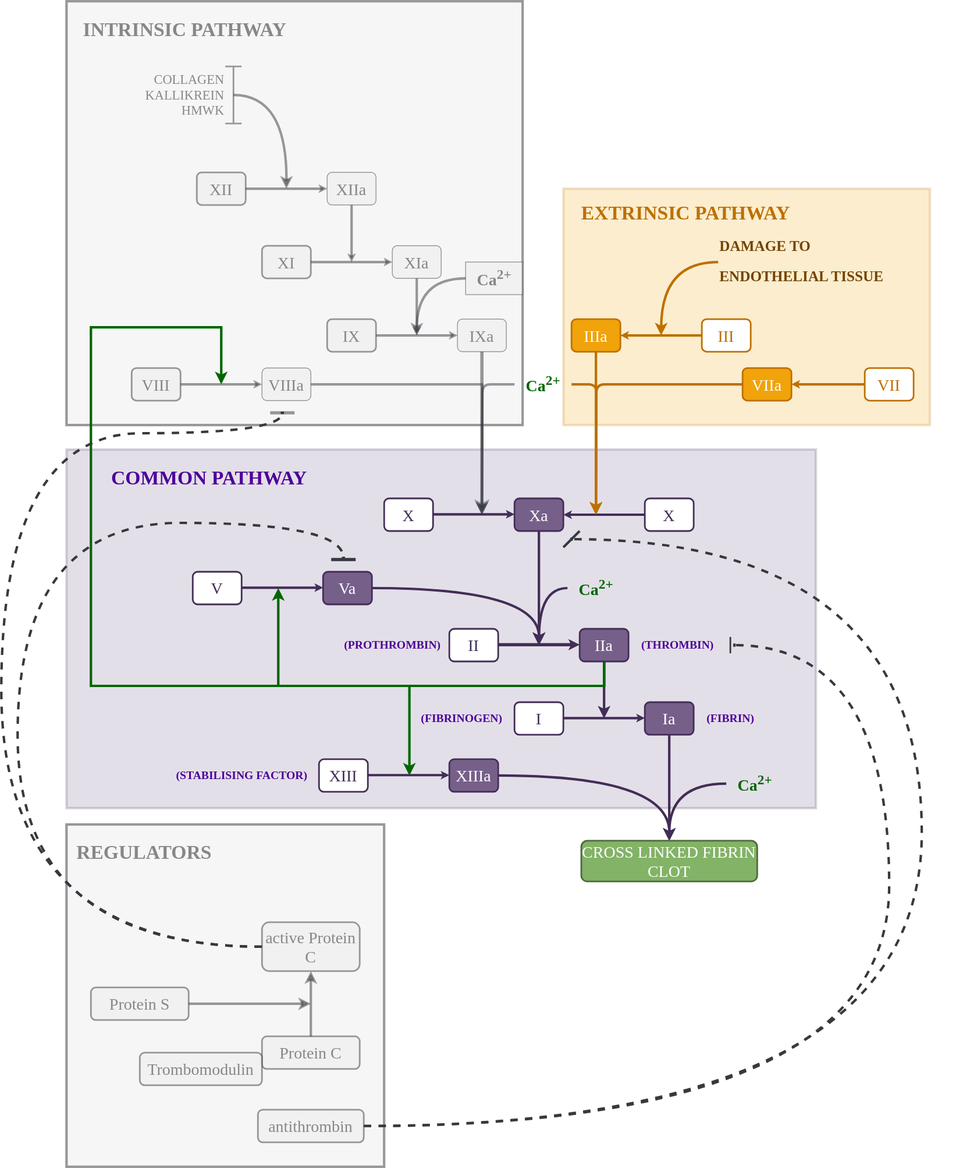
Above: images/PT.drawio.svg in rmvpaeme/stolling (draw.io), before the change. Source tidied: cells renumbered, new cells last; positions are measured from the earlier drawing's top-left corner, leaving out a move shared by most shapes.
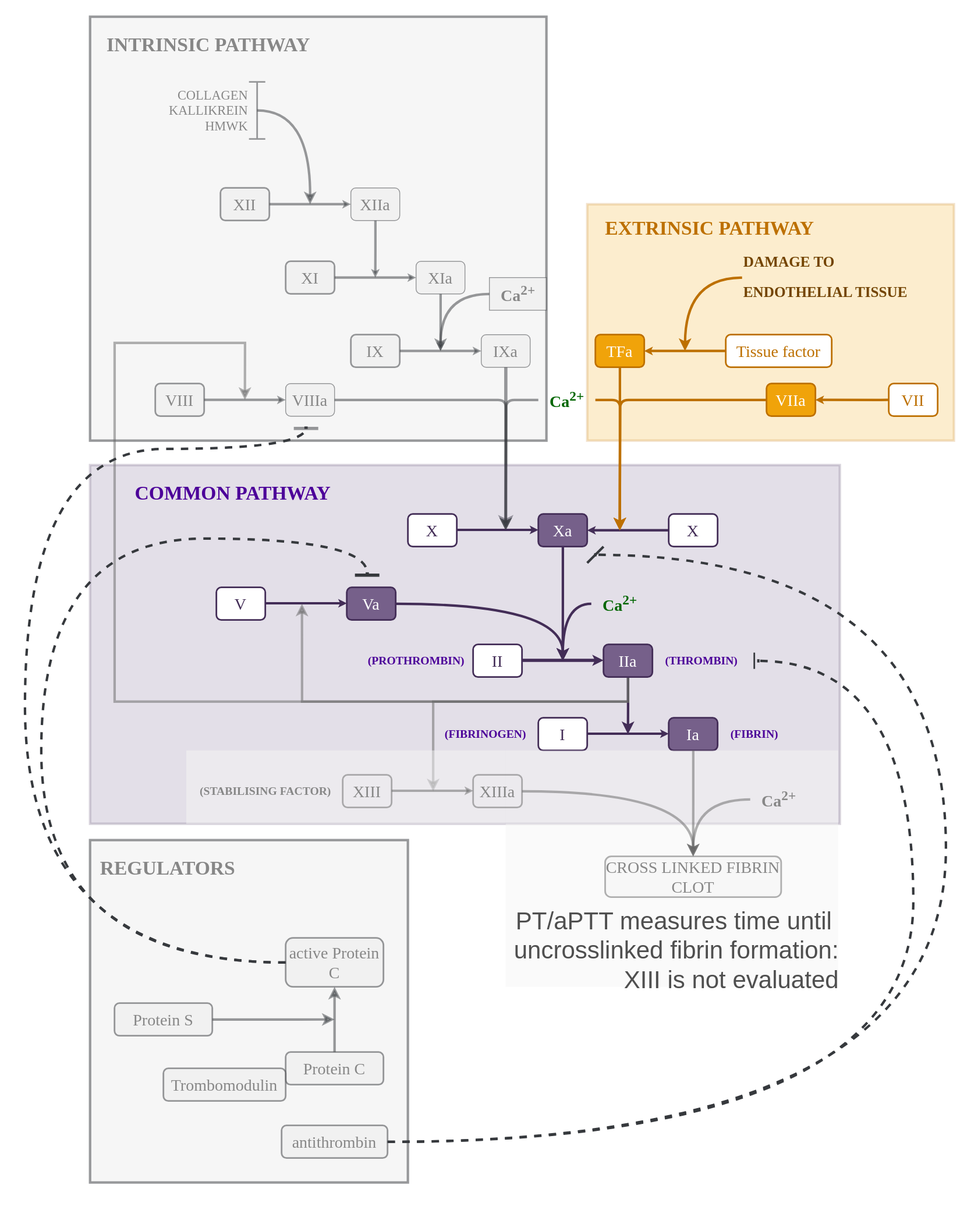
The same diagram one commit later.

Change to the diagram source:
```diff
@@ -1,10 +1,11 @@
 <mxGraphModel>
   <root>
     <mxCell id="0" />
+    <mxCell id="96" value="frame" parent="0" />
+    <mxCell id="97" style="rounded=0;whiteSpace=wrap;html=1;fillColor=default;strokeColor=none;opacity=0;" parent="96" vertex="1">
+      <mxGeometry x="-30" y="-20" width="1200" height="1510" as="geometry" />
+    </mxCell>
     <mxCell id="1" value="PT" parent="0" />
-    <mxCell id="2" style="rounded=0;whiteSpace=wrap;html=1;strokeColor=none;" parent="1" vertex="1">
-      <mxGeometry x="80" width="1100" height="1430" as="geometry" />
-    </mxCell>
     <mxCell id="3" style="rounded=0;whiteSpace=wrap;html=1;fillColor=#eeeeee;strokeWidth=3;strokeColor=#36393d;opacity=50;fontColor=#878787;" parent="1" vertex="1">
       <mxGeometry x="80" y="1010" width="390" height="420" as="geometry" />
     </mxCell>
@@ -132,7 +133,7 @@
         <mxPoint x="740" y="880" as="targetPoint" />
       </mxGeometry>
     </mxCell>
-    <mxCell id="38" style="edgeStyle=orthogonalEdgeStyle;rounded=0;jettySize=auto;html=1;strokeWidth=3;strokeColor=#006600;" parent="1" edge="1" source="41">
+    <mxCell id="38" style="edgeStyle=orthogonalEdgeStyle;rounded=0;jettySize=auto;html=1;strokeWidth=3;strokeColor=#666666;fillColor=#f5f5f5;opacity=50;" parent="1" edge="1" source="41">
       <mxGeometry relative="1" as="geometry">
         <mxPoint x="340" y="720" as="targetPoint" />
         <Array as="points">
@@ -141,7 +142,7 @@
         </Array>
       </mxGeometry>
     </mxCell>
-    <mxCell id="39" style="edgeStyle=orthogonalEdgeStyle;rounded=0;jettySize=auto;html=1;strokeWidth=3;strokeColor=#006600;" parent="1" edge="1" source="41">
+    <mxCell id="39" style="edgeStyle=orthogonalEdgeStyle;rounded=0;jettySize=auto;html=1;strokeWidth=3;strokeColor=#666666;fillColor=#f5f5f5;opacity=50;" parent="1" edge="1" source="41">
       <mxGeometry relative="1" as="geometry">
         <mxPoint x="500" y="950" as="targetPoint" />
         <Array as="points">
@@ -150,7 +151,7 @@
         </Array>
       </mxGeometry>
     </mxCell>
-    <mxCell id="40" style="edgeStyle=orthogonalEdgeStyle;rounded=0;jettySize=auto;html=1;strokeWidth=3;strokeColor=#006600;" parent="1" edge="1" source="41">
+    <mxCell id="40" style="edgeStyle=orthogonalEdgeStyle;rounded=0;jettySize=auto;html=1;strokeWidth=3;strokeColor=#666666;fillColor=#f5f5f5;opacity=50;" parent="1" edge="1" source="41">
       <mxGeometry relative="1" as="geometry">
         <mxPoint x="270" y="470" as="targetPoint" />
         <Array as="points">
@@ -176,11 +177,6 @@
     <mxCell id="44" value="&lt;h3&gt;&lt;font face=&quot;Tahoma&quot; color=&quot;#4c0099&quot;&gt;(THROMBIN)&lt;/font&gt;&lt;/h3&gt;" style="text;html=1;align=center;verticalAlign=middle;strokeColor=none;fillColor=none;fontColor=#0066cc;" parent="1" vertex="1">
       <mxGeometry x="770" y="760" width="120" height="60" as="geometry" />
     </mxCell>
-    <mxCell id="45" style="edgeStyle=orthogonalEdgeStyle;rounded=0;jettySize=auto;html=1;entryX=0.5;entryY=0;entryDx=0;entryDy=0;strokeColor=#432D57;strokeWidth=3;" parent="1" edge="1" source="46">
-      <mxGeometry relative="1" as="geometry">
-        <mxPoint x="820" y="1030" as="targetPoint" />
-      </mxGeometry>
-    </mxCell>
     <mxCell id="46" value="&lt;font face=&quot;Tahoma&quot;&gt;&lt;span style=&quot;font-size: 20px;&quot;&gt;Ia&lt;/span&gt;&lt;/font&gt;" style="rounded=1;whiteSpace=wrap;html=1;fillColor=#76608a;fontColor=#ffffff;strokeColor=#432D57;strokeWidth=2;" parent="1" vertex="1">
       <mxGeometry x="790" y="860" width="60" height="40" as="geometry" />
     </mxCell>
@@ -196,26 +192,6 @@
     <mxCell id="49" value="&lt;h3&gt;&lt;font face=&quot;Tahoma&quot; color=&quot;#4c0099&quot;&gt;(FIBRIN)&lt;/font&gt;&lt;/h3&gt;" style="text;html=1;align=center;verticalAlign=middle;strokeColor=none;fillColor=none;fontColor=#0066cc;" parent="1" vertex="1">
       <mxGeometry x="850" y="850" width="90" height="60" as="geometry" />
     </mxCell>
-    <mxCell id="50" style="edgeStyle=orthogonalEdgeStyle;rounded=0;jettySize=auto;html=1;entryX=0.5;entryY=0;entryDx=0;entryDy=0;curved=1;strokeColor=#432D57;strokeWidth=3;" parent="1" edge="1" source="51">
-      <mxGeometry relative="1" as="geometry">
-        <mxPoint x="820" y="1030" as="targetPoint" />
-      </mxGeometry>
-    </mxCell>
-    <mxCell id="51" value="&lt;font face=&quot;Tahoma&quot;&gt;&lt;span style=&quot;font-size: 20px;&quot;&gt;XIIIa&lt;/span&gt;&lt;/font&gt;" style="rounded=1;whiteSpace=wrap;html=1;fillColor=#76608a;fontColor=#ffffff;strokeColor=#432D57;strokeWidth=2;" parent="1" vertex="1">
-      <mxGeometry x="550" y="930" width="60" height="40" as="geometry" />
-    </mxCell>
-    <mxCell id="52" value="&lt;font face=&quot;Tahoma&quot;&gt;&lt;span style=&quot;font-size: 20px;&quot;&gt;XIII&lt;/span&gt;&lt;/font&gt;" style="rounded=1;whiteSpace=wrap;html=1;strokeWidth=2;strokeColor=#432D57;fontColor=#432D57;" parent="1" vertex="1">
-      <mxGeometry x="390" y="930" width="60" height="40" as="geometry" />
-    </mxCell>
-    <mxCell id="53" style="edgeStyle=orthogonalEdgeStyle;rounded=0;orthogonalLoop=1;jettySize=auto;html=1;strokeWidth=3;strokeColor=#432d57;flowAnimation=0;shadow=0;endSize=1;startSize=1;jumpSize=6;" parent="1" edge="1">
-      <mxGeometry relative="1" as="geometry">
-        <mxPoint x="450" y="949.5" as="sourcePoint" />
-        <mxPoint x="550" y="949.5" as="targetPoint" />
-      </mxGeometry>
-    </mxCell>
-    <mxCell id="54" value="&lt;h3&gt;&lt;font face=&quot;Tahoma&quot; color=&quot;#4c0099&quot;&gt;(STABILISING FACTOR)&lt;/font&gt;&lt;/h3&gt;" style="text;html=1;align=center;verticalAlign=middle;strokeColor=none;fillColor=none;fontColor=#0066cc;" parent="1" vertex="1">
-      <mxGeometry x="200" y="920" width="190" height="60" as="geometry" />
-    </mxCell>
     <mxCell id="55" style="rounded=0;whiteSpace=wrap;html=1;fillColor=#f0a30a;strokeWidth=3;strokeColor=#BD7000;opacity=20;fontColor=#000000;" parent="1" vertex="1">
       <mxGeometry x="690" y="230" width="450" height="290" as="geometry" />
     </mxCell>
@@ -227,11 +203,11 @@
         <mxPoint x="730" y="630" as="targetPoint" />
       </mxGeometry>
     </mxCell>
-    <mxCell id="58" value="&lt;font color=&quot;#ffffff&quot;&gt;&lt;span style=&quot;font-size: 20px;&quot;&gt;IIIa&lt;/span&gt;&lt;/font&gt;" style="rounded=1;whiteSpace=wrap;html=1;fillColor=#f0a30a;fontColor=#000000;strokeColor=#BD7000;strokeWidth=2;fontFamily=Tahoma;" parent="1" vertex="1">
+    <mxCell id="58" value="&lt;font color=&quot;#ffffff&quot;&gt;&lt;span style=&quot;font-size: 20px;&quot;&gt;TFa&lt;/span&gt;&lt;/font&gt;" style="rounded=1;whiteSpace=wrap;html=1;fillColor=#f0a30a;fontColor=#000000;strokeColor=#BD7000;strokeWidth=2;fontFamily=Tahoma;" parent="1" vertex="1">
       <mxGeometry x="700" y="390" width="60" height="40" as="geometry" />
     </mxCell>
-    <mxCell id="59" value="&lt;font face=&quot;Tahoma&quot;&gt;&lt;span style=&quot;font-size: 20px;&quot;&gt;III&lt;/span&gt;&lt;/font&gt;" style="rounded=1;whiteSpace=wrap;html=1;strokeWidth=2;strokeColor=#BD7000;fontColor=#BD7000;" parent="1" vertex="1">
-      <mxGeometry x="860" y="390" width="60" height="40" as="geometry" />
+    <mxCell id="59" value="&lt;font face=&quot;Tahoma&quot;&gt;&lt;span style=&quot;font-size: 20px;&quot;&gt;Tissue factor&lt;/span&gt;&lt;/font&gt;" style="rounded=1;whiteSpace=wrap;html=1;strokeWidth=2;strokeColor=#BD7000;fontColor=#BD7000;" parent="1" vertex="1">
+      <mxGeometry x="860" y="390" width="130" height="40" as="geometry" />
     </mxCell>
     <mxCell id="60" style="edgeStyle=orthogonalEdgeStyle;rounded=0;jettySize=auto;html=1;strokeWidth=3;strokeColor=#BD7000;flowAnimation=0;shadow=0;endSize=1;startSize=1;jumpSize=6;entryX=1;entryY=0.5;entryDx=0;entryDy=0;exitX=0;exitY=0.5;exitDx=0;exitDy=0;fontColor=#BD7000;" parent="1" edge="1" source="59" target="58">
       <mxGeometry relative="1" as="geometry" />
@@ -284,17 +260,6 @@
     <mxCell id="71" value="&lt;font style=&quot;font-size: 20px;&quot; face=&quot;Tahoma&quot; color=&quot;#006600&quot;&gt;Ca&lt;sup&gt;2+&lt;/sup&gt;&lt;/font&gt;" style="text;html=1;align=center;verticalAlign=middle;points=[];strokeColor=none;fillColor=none;fontStyle=1;" parent="1" vertex="1">
       <mxGeometry x="695" y="700" width="70" height="40" as="geometry" />
     </mxCell>
-    <mxCell id="72" style="edgeStyle=orthogonalEdgeStyle;rounded=0;jettySize=auto;html=1;curved=1;strokeWidth=3;entryX=0.5;entryY=0;entryDx=0;entryDy=0;strokeColor=#432D57;" parent="1" edge="1" source="73">
-      <mxGeometry relative="1" as="geometry">
-        <mxPoint x="820" y="1030" as="targetPoint" />
-        <Array as="points">
-          <mxPoint x="820" y="960" />
-        </Array>
-      </mxGeometry>
-    </mxCell>
-    <mxCell id="73" value="&lt;font style=&quot;font-size: 20px;&quot; face=&quot;Tahoma&quot; color=&quot;#006600&quot;&gt;Ca&lt;sup&gt;2+&lt;/sup&gt;&lt;/font&gt;" style="text;html=1;align=center;verticalAlign=middle;points=[];strokeColor=none;fillColor=none;fontStyle=1;" parent="1" vertex="1">
-      <mxGeometry x="890" y="940" width="70" height="40" as="geometry" />
-    </mxCell>
     <mxCell id="74" style="edgeStyle=orthogonalEdgeStyle;rounded=0;jettySize=auto;html=1;curved=1;strokeWidth=3;strokeColor=#36393d;fillColor=#eeeeee;opacity=50;fontColor=#878787;" parent="1" edge="1" source="75">
       <mxGeometry relative="1" as="geometry">
         <mxPoint x="510" y="410" as="targetPoint" />
@@ -393,7 +358,52 @@
     <mxCell id="94" value="&lt;h3&gt;&lt;font face=&quot;Tahoma&quot; color=&quot;#4c0099&quot;&gt;(PROTHROMBIN)&lt;/font&gt;&lt;/h3&gt;" style="text;html=1;align=center;verticalAlign=middle;strokeColor=none;fillColor=none;fontColor=#0066cc;" parent="1" vertex="1">
       <mxGeometry x="405" y="760" width="150" height="60" as="geometry" />
     </mxCell>
+    <mxCell id="98" style="rounded=0;whiteSpace=wrap;html=1;strokeColor=none;fillColor=#f5f5f5;fontColor=#333333;opacity=50;" parent="1" vertex="1">
+      <mxGeometry x="590" y="900" width="408" height="290" as="geometry" />
+    </mxCell>
+    <mxCell id="99" value="PT/aPTT measures time until&amp;nbsp;&lt;div&gt;&lt;span style=&quot;background-color: initial;&quot;&gt;uncrosslinked fibrin formation:&lt;/span&gt;&lt;div&gt;&lt;div&gt;XIII is not evaluated&lt;/div&gt;&lt;/div&gt;&lt;/div&gt;" style="text;html=1;align=right;verticalAlign=middle;strokeColor=none;fillColor=none;fontSize=30;fontColor=#4F4F4F;" parent="1" vertex="1">
+      <mxGeometry x="580" y="1085" width="420" height="120" as="geometry" />
+    </mxCell>
+    <mxCell id="100" style="rounded=0;whiteSpace=wrap;html=1;strokeColor=none;fillColor=#f5f5f5;fontColor=#333333;opacity=50;" parent="1" vertex="1">
+      <mxGeometry x="198" y="900" width="392" height="90" as="geometry" />
+    </mxCell>
+    <mxCell id="45" style="edgeStyle=orthogonalEdgeStyle;rounded=0;jettySize=auto;html=1;entryX=0.5;entryY=0;entryDx=0;entryDy=0;strokeColor=#666666;strokeWidth=3;fillColor=#f5f5f5;opacity=50;" parent="1" edge="1" source="46">
+      <mxGeometry relative="1" as="geometry">
+        <mxPoint x="820" y="1030" as="targetPoint" />
+      </mxGeometry>
+    </mxCell>
+    <mxCell id="50" style="edgeStyle=orthogonalEdgeStyle;rounded=0;jettySize=auto;html=1;entryX=0.5;entryY=0;entryDx=0;entryDy=0;curved=1;strokeColor=#666666;strokeWidth=3;fillColor=#f5f5f5;opacity=50;" parent="1" edge="1" source="51">
+      <mxGeometry relative="1" as="geometry">
+        <mxPoint x="820" y="1030" as="targetPoint" />
+      </mxGeometry>
+    </mxCell>
+    <mxCell id="51" value="&lt;font face=&quot;Tahoma&quot;&gt;&lt;span style=&quot;font-size: 20px;&quot;&gt;XIIIa&lt;/span&gt;&lt;/font&gt;" style="rounded=1;whiteSpace=wrap;html=1;fillColor=none;fontColor=#878787;strokeColor=#666666;strokeWidth=2;opacity=50;" parent="1" vertex="1">
+      <mxGeometry x="550" y="930" width="60" height="40" as="geometry" />
+    </mxCell>
+    <mxCell id="52" value="&lt;font face=&quot;Tahoma&quot;&gt;&lt;span style=&quot;font-size: 20px;&quot;&gt;XIII&lt;/span&gt;&lt;/font&gt;" style="rounded=1;whiteSpace=wrap;html=1;strokeWidth=2;strokeColor=#666666;fontColor=#878787;fillColor=none;opacity=50;" parent="1" vertex="1">
+      <mxGeometry x="390" y="930" width="60" height="40" as="geometry" />
+    </mxCell>
+    <mxCell id="53" style="edgeStyle=orthogonalEdgeStyle;rounded=0;orthogonalLoop=1;jettySize=auto;html=1;strokeWidth=3;strokeColor=#666666;flowAnimation=0;shadow=0;endSize=1;startSize=1;jumpSize=6;fillColor=#f5f5f5;opacity=50;" parent="1" edge="1">
+      <mxGeometry relative="1" as="geometry">
+        <mxPoint x="450" y="949.5" as="sourcePoint" />
+        <mxPoint x="550" y="949.5" as="targetPoint" />
+      </mxGeometry>
+    </mxCell>
+    <mxCell id="54" value="&lt;h3&gt;&lt;font face=&quot;Tahoma&quot;&gt;(STABILISING FACTOR)&lt;/font&gt;&lt;/h3&gt;" style="text;html=1;align=center;verticalAlign=middle;strokeColor=none;fillColor=none;fontColor=#878787;" parent="1" vertex="1">
+      <mxGeometry x="200" y="920" width="190" height="60" as="geometry" />
+    </mxCell>
+    <mxCell id="72" style="edgeStyle=orthogonalEdgeStyle;rounded=0;jettySize=auto;html=1;curved=1;strokeWidth=3;entryX=0.5;entryY=0;entryDx=0;entryDy=0;strokeColor=#666666;fillColor=#f5f5f5;opacity=50;" parent="1" edge="1" source="73">
+      <mxGeometry relative="1" as="geometry">
+        <mxPoint x="820" y="1030" as="targetPoint" />
+        <Array as="points">
+          <mxPoint x="820" y="960" />
+        </Array>
+      </mxGeometry>
+    </mxCell>
+    <mxCell id="73" value="&lt;font face=&quot;Tahoma&quot; style=&quot;font-size: 20px;&quot;&gt;Ca&lt;sup&gt;2+&lt;/sup&gt;&lt;/font&gt;" style="text;html=1;align=center;verticalAlign=middle;points=[];strokeColor=none;fillColor=none;fontStyle=1;fontColor=#878787;opacity=50;" parent="1" vertex="1">
+      <mxGeometry x="890" y="940" width="70" height="40" as="geometry" />
+    </mxCell>
-    <mxCell id="95" value="&lt;font color=&quot;#ffffff&quot; face=&quot;Tahoma&quot;&gt;&lt;span style=&quot;font-size: 20px;&quot;&gt;CROSS LINKED FIBRIN CLOT&lt;/span&gt;&lt;/font&gt;" style="rounded=1;whiteSpace=wrap;html=1;fillColor=#82B366;strokeColor=#4E6B3D;strokeWidth=2;" parent="1" vertex="1">
+    <mxCell id="95" value="&lt;font face=&quot;Tahoma&quot;&gt;&lt;span style=&quot;font-size: 20px;&quot;&gt;CROSS LINKED FIBRIN CLOT&lt;/span&gt;&lt;/font&gt;" style="rounded=1;whiteSpace=wrap;html=1;fillColor=#f5f5f5;strokeColor=#666666;strokeWidth=2;fontColor=#878787;opacity=50;" parent="1" vertex="1">
       <mxGeometry x="712" y="1030" width="216" height="50" as="geometry" />
     </mxCell>
   </root>
```
